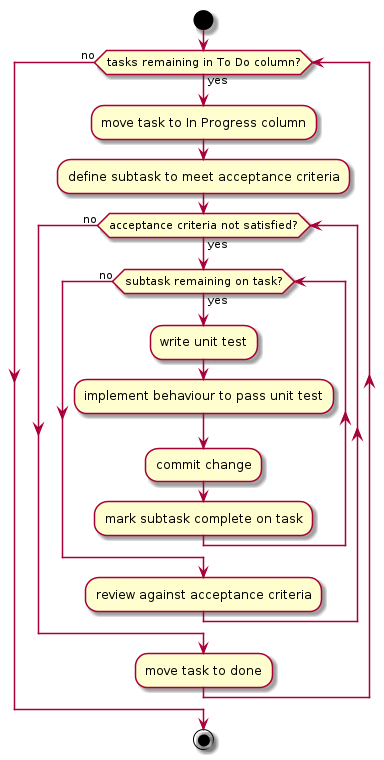
svo/role-based-access-control keeps this PlantUML diagram as documentation/process-do-task.png. Above is the earlier version.
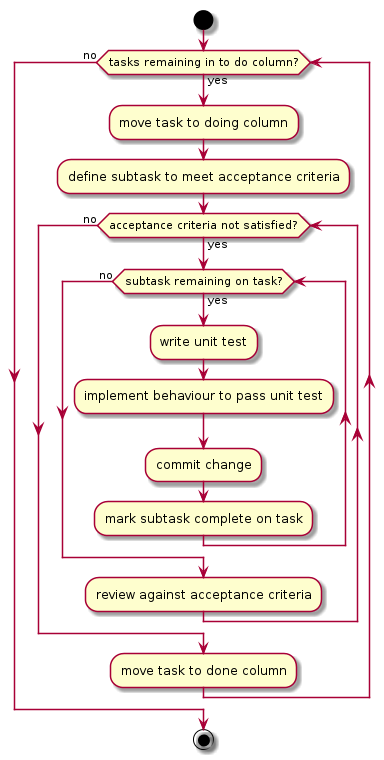
After the commit.

Commit message:
Wording tweak in do task process activity diagram

The edit, as a diff of the source:
```diff
@@ -2,8 +2,8 @@
 
 start
 
-while (tasks remaining in To Do column?) is (yes)
-  :move task to In Progress column;
+while (tasks remaining in to do column?) is (yes)
+  :move task to doing column;
   :define subtask to meet acceptance criteria;
 
   while (acceptance criteria not satisfied?) is (yes)
@@ -18,7 +18,7 @@
 
   endwhile (no)
 
-  :move task to done;
+  :move task to done column;
 endwhile (no)
 
 stop
```
